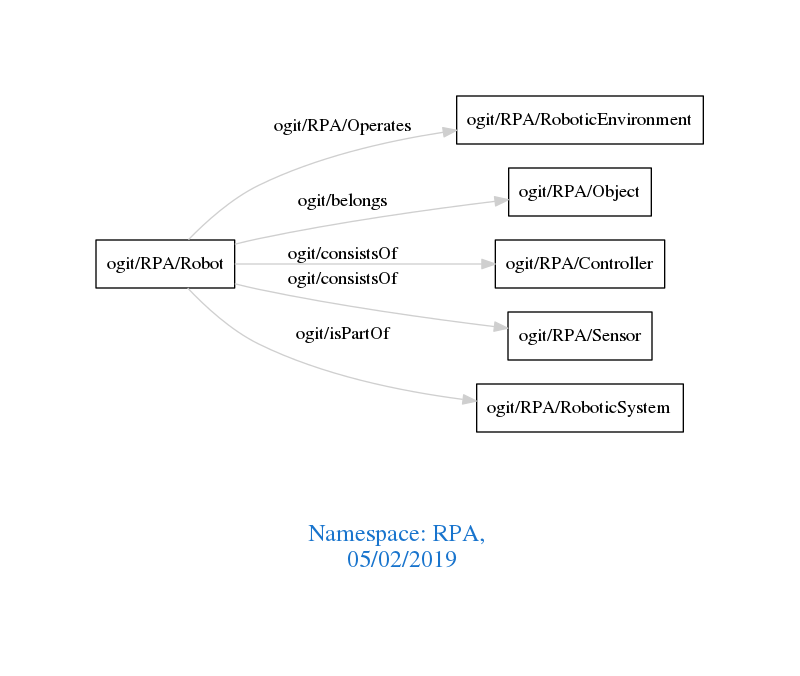
Before: downloads/RPA.png, a diagram exported from Graphviz (arago/OGIT). Its source is kept beside it as downloads/RPA.dot.
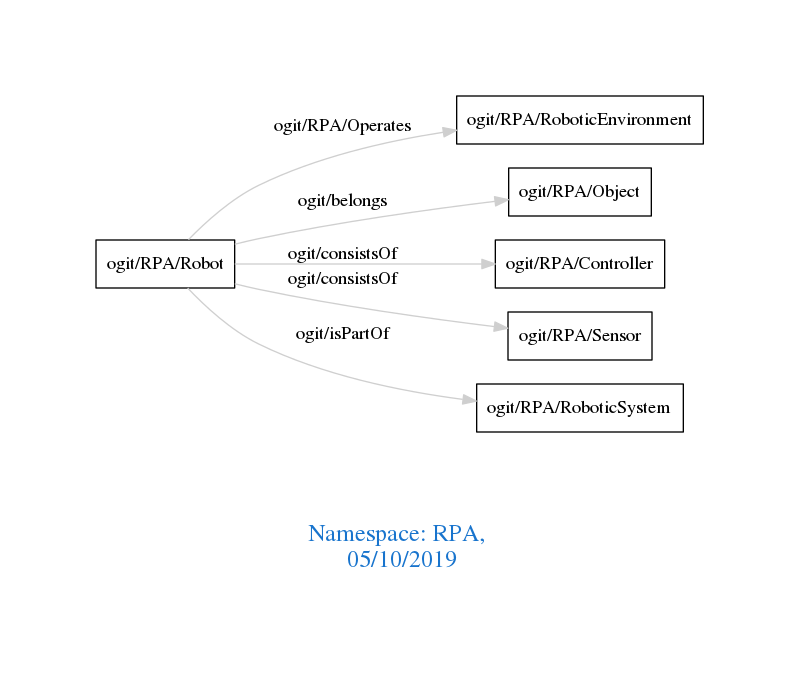
The same file after the commit.

Change to the diagram source:
```diff
@@ -1,7 +1,7 @@
 digraph OGIT_ontology {
  graph [ rankdir= LR,pad=1
 fontsize = 18,
-fontcolor= dodgerblue3,label = "\n\n\nNamespace: RPA, \n 05/02/2019"];
+fontcolor= dodgerblue3,label = "\n\n\nNamespace: RPA, \n 05/10/2019"];
 node[shape=polygon];
 edge [  color="gray81"];
 
```
